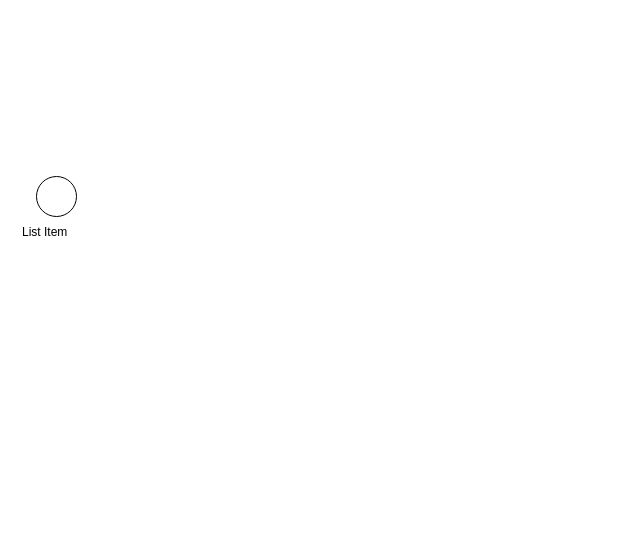
The draw.io diagram Untitled Diagram.drawio in spspider/TestRepository, before the edit. Source tidied: cells renumbered, new cells numbered last; positions are measured from the earlier drawing's top-left corner, leaving out a move shared by most shapes. Both pictures are drawn from the tidied source at 100%, with x=0, y=0 at pixel (16, 176).
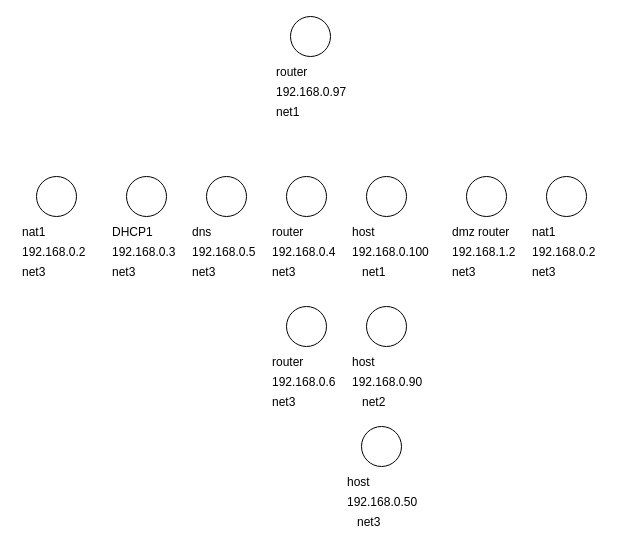
The same page after the edit.

Diff of the diagram source:
```diff
@@
-    <mxCell id="3" value="List Item" style="text;strokeColor=none;fillColor=none;align=left;verticalAlign=middle;spacingLeft=4;spacingRight=4;overflow=hidden;" parent="1" vertex="1">
+    <mxCell id="3" value="nat1" style="text;strokeColor=none;fillColor=none;align=left;verticalAlign=middle;spacingLeft=4;spacingRight=4;overflow=hidden;" parent="1" vertex="1">
       <mxGeometry y="40" width="80" height="30" as="geometry" />
     </mxCell>
+    <mxCell id="4" value="192.168.0.2" style="text;strokeColor=none;fillColor=none;align=left;verticalAlign=middle;spacingLeft=4;spacingRight=4;overflow=hidden;" parent="1" vertex="1">
+      <mxGeometry y="60" width="80" height="30" as="geometry" />
+    </mxCell>
+    <mxCell id="5" style="ellipse;whiteSpace=wrap;html=1;" parent="1" vertex="1">
+      <mxGeometry x="110" width="40" height="40" as="geometry" />
+    </mxCell>
+    <mxCell id="6" value="DHCP1" style="text;strokeColor=none;fillColor=none;align=left;verticalAlign=middle;spacingLeft=4;spacingRight=4;overflow=hidden;" parent="1" vertex="1">
+      <mxGeometry x="90" y="40" width="80" height="30" as="geometry" />
+    </mxCell>
+    <mxCell id="7" value="192.168.0.3" style="text;strokeColor=none;fillColor=none;align=left;verticalAlign=middle;spacingLeft=4;spacingRight=4;overflow=hidden;" parent="1" vertex="1">
+      <mxGeometry x="90" y="60" width="80" height="30" as="geometry" />
+    </mxCell>
+    <mxCell id="8" style="ellipse;whiteSpace=wrap;html=1;" parent="1" vertex="1">
+      <mxGeometry x="190" width="40" height="40" as="geometry" />
+    </mxCell>
+    <mxCell id="9" value="dns" style="text;strokeColor=none;fillColor=none;align=left;verticalAlign=middle;spacingLeft=4;spacingRight=4;overflow=hidden;" parent="1" vertex="1">
+      <mxGeometry x="170" y="40" width="80" height="30" as="geometry" />
+    </mxCell>
+    <mxCell id="10" value="192.168.0.5" style="text;strokeColor=none;fillColor=none;align=left;verticalAlign=middle;spacingLeft=4;spacingRight=4;overflow=hidden;" parent="1" vertex="1">
+      <mxGeometry x="170" y="60" width="80" height="30" as="geometry" />
+    </mxCell>
+    <mxCell id="11" style="ellipse;whiteSpace=wrap;html=1;" parent="1" vertex="1">
+      <mxGeometry x="270" width="40" height="40" as="geometry" />
+    </mxCell>
+    <mxCell id="12" value="router" style="text;strokeColor=none;fillColor=none;align=left;verticalAlign=middle;spacingLeft=4;spacingRight=4;overflow=hidden;" parent="1" vertex="1">
+      <mxGeometry x="250" y="40" width="80" height="30" as="geometry" />
+    </mxCell>
+    <mxCell id="13" value="192.168.0.4" style="text;strokeColor=none;fillColor=none;align=left;verticalAlign=middle;spacingLeft=4;spacingRight=4;overflow=hidden;" parent="1" vertex="1">
+      <mxGeometry x="250" y="60" width="80" height="30" as="geometry" />
+    </mxCell>
+    <mxCell id="14" style="ellipse;whiteSpace=wrap;html=1;" parent="1" vertex="1">
+      <mxGeometry x="350" width="40" height="40" as="geometry" />
+    </mxCell>
+    <mxCell id="15" value="host" style="text;strokeColor=none;fillColor=none;align=left;verticalAlign=middle;spacingLeft=4;spacingRight=4;overflow=hidden;" parent="1" vertex="1">
+      <mxGeometry x="330" y="40" width="80" height="30" as="geometry" />
+    </mxCell>
+    <mxCell id="16" value="192.168.0.100" style="text;strokeColor=none;fillColor=none;align=left;verticalAlign=middle;spacingLeft=4;spacingRight=4;overflow=hidden;" parent="1" vertex="1">
+      <mxGeometry x="330" y="60" width="90" height="30" as="geometry" />
+    </mxCell>
+    <mxCell id="17" style="ellipse;whiteSpace=wrap;html=1;" parent="1" vertex="1">
+      <mxGeometry x="450" width="40" height="40" as="geometry" />
+    </mxCell>
+    <mxCell id="18" value="dmz router" style="text;strokeColor=none;fillColor=none;align=left;verticalAlign=middle;spacingLeft=4;spacingRight=4;overflow=hidden;" parent="1" vertex="1">
+      <mxGeometry x="430" y="40" width="80" height="30" as="geometry" />
+    </mxCell>
+    <mxCell id="19" value="192.168.1.2" style="text;strokeColor=none;fillColor=none;align=left;verticalAlign=middle;spacingLeft=4;spacingRight=4;overflow=hidden;" parent="1" vertex="1">
+      <mxGeometry x="430" y="60" width="90" height="30" as="geometry" />
+    </mxCell>
+    <mxCell id="20" style="ellipse;whiteSpace=wrap;html=1;" parent="1" vertex="1">
+      <mxGeometry x="530" width="40" height="40" as="geometry" />
+    </mxCell>
+    <mxCell id="21" value="nat1" style="text;strokeColor=none;fillColor=none;align=left;verticalAlign=middle;spacingLeft=4;spacingRight=4;overflow=hidden;" parent="1" vertex="1">
+      <mxGeometry x="510" y="40" width="80" height="30" as="geometry" />
+    </mxCell>
+    <mxCell id="22" value="192.168.0.2" style="text;strokeColor=none;fillColor=none;align=left;verticalAlign=middle;spacingLeft=4;spacingRight=4;overflow=hidden;" parent="1" vertex="1">
+      <mxGeometry x="510" y="60" width="90" height="30" as="geometry" />
+    </mxCell>
+    <mxCell id="23" value="net3" style="text;strokeColor=none;fillColor=none;align=left;verticalAlign=middle;spacingLeft=4;spacingRight=4;overflow=hidden;" parent="1" vertex="1">
+      <mxGeometry y="80" width="80" height="30" as="geometry" />
+    </mxCell>
+    <mxCell id="24" value="net3" style="text;strokeColor=none;fillColor=none;align=left;verticalAlign=middle;spacingLeft=4;spacingRight=4;overflow=hidden;" parent="1" vertex="1">
+      <mxGeometry x="90" y="80" width="80" height="30" as="geometry" />
+    </mxCell>
+    <mxCell id="25" value="net3" style="text;strokeColor=none;fillColor=none;align=left;verticalAlign=middle;spacingLeft=4;spacingRight=4;overflow=hidden;" parent="1" vertex="1">
+      <mxGeometry x="170" y="80" width="80" height="30" as="geometry" />
+    </mxCell>
+    <mxCell id="26" value="net3" style="text;strokeColor=none;fillColor=none;align=left;verticalAlign=middle;spacingLeft=4;spacingRight=4;overflow=hidden;" parent="1" vertex="1">
+      <mxGeometry x="250" y="80" width="80" height="30" as="geometry" />
+    </mxCell>
+    <mxCell id="27" value="net1" style="text;strokeColor=none;fillColor=none;align=left;verticalAlign=middle;spacingLeft=4;spacingRight=4;overflow=hidden;" parent="1" vertex="1">
+      <mxGeometry x="340" y="80" width="80" height="30" as="geometry" />
+    </mxCell>
+    <mxCell id="28" value="net3" style="text;strokeColor=none;fillColor=none;align=left;verticalAlign=middle;spacingLeft=4;spacingRight=4;overflow=hidden;" parent="1" vertex="1">
+      <mxGeometry x="430" y="80" width="80" height="30" as="geometry" />
+    </mxCell>
+    <mxCell id="29" value="net3" style="text;strokeColor=none;fillColor=none;align=left;verticalAlign=middle;spacingLeft=4;spacingRight=4;overflow=hidden;" parent="1" vertex="1">
+      <mxGeometry x="510" y="80" width="80" height="30" as="geometry" />
+    </mxCell>
+    <mxCell id="30" style="ellipse;whiteSpace=wrap;html=1;" parent="1" vertex="1">
+      <mxGeometry x="270" y="130" width="40" height="40" as="geometry" />
+    </mxCell>
+    <mxCell id="31" value="router" style="text;strokeColor=none;fillColor=none;align=left;verticalAlign=middle;spacingLeft=4;spacingRight=4;overflow=hidden;" parent="1" vertex="1">
+      <mxGeometry x="250" y="170" width="80" height="30" as="geometry" />
+    </mxCell>
+    <mxCell id="32" value="192.168.0.6" style="text;strokeColor=none;fillColor=none;align=left;verticalAlign=middle;spacingLeft=4;spacingRight=4;overflow=hidden;" parent="1" vertex="1">
+      <mxGeometry x="250" y="190" width="80" height="30" as="geometry" />
+    </mxCell>
+    <mxCell id="33" value="net3" style="text;strokeColor=none;fillColor=none;align=left;verticalAlign=middle;spacingLeft=4;spacingRight=4;overflow=hidden;" parent="1" vertex="1">
+      <mxGeometry x="250" y="210" width="80" height="30" as="geometry" />
+    </mxCell>
+    <mxCell id="34" style="ellipse;whiteSpace=wrap;html=1;" parent="1" vertex="1">
+      <mxGeometry x="350" y="130" width="40" height="40" as="geometry" />
+    </mxCell>
+    <mxCell id="35" value="host" style="text;strokeColor=none;fillColor=none;align=left;verticalAlign=middle;spacingLeft=4;spacingRight=4;overflow=hidden;" parent="1" vertex="1">
+      <mxGeometry x="330" y="170" width="80" height="30" as="geometry" />
+    </mxCell>
+    <mxCell id="36" value="192.168.0.90" style="text;strokeColor=none;fillColor=none;align=left;verticalAlign=middle;spacingLeft=4;spacingRight=4;overflow=hidden;" parent="1" vertex="1">
+      <mxGeometry x="330" y="190" width="90" height="30" as="geometry" />
+    </mxCell>
+    <mxCell id="37" value="net2" style="text;strokeColor=none;fillColor=none;align=left;verticalAlign=middle;spacingLeft=4;spacingRight=4;overflow=hidden;" parent="1" vertex="1">
+      <mxGeometry x="340" y="210" width="80" height="30" as="geometry" />
+    </mxCell>
+    <mxCell id="38" style="ellipse;whiteSpace=wrap;html=1;" parent="1" vertex="1">
+      <mxGeometry x="345" y="250" width="40" height="40" as="geometry" />
+    </mxCell>
+    <mxCell id="39" value="host" style="text;strokeColor=none;fillColor=none;align=left;verticalAlign=middle;spacingLeft=4;spacingRight=4;overflow=hidden;" parent="1" vertex="1">
+      <mxGeometry x="325" y="290" width="80" height="30" as="geometry" />
+    </mxCell>
+    <mxCell id="40" value="192.168.0.50" style="text;strokeColor=none;fillColor=none;align=left;verticalAlign=middle;spacingLeft=4;spacingRight=4;overflow=hidden;" parent="1" vertex="1">
+      <mxGeometry x="325" y="310" width="90" height="30" as="geometry" />
+    </mxCell>
+    <mxCell id="41" value="net3" style="text;strokeColor=none;fillColor=none;align=left;verticalAlign=middle;spacingLeft=4;spacingRight=4;overflow=hidden;" parent="1" vertex="1">
+      <mxGeometry x="335" y="330" width="80" height="30" as="geometry" />
+    </mxCell>
+    <mxCell id="42" style="ellipse;whiteSpace=wrap;html=1;" parent="1" vertex="1">
+      <mxGeometry x="274" y="-160" width="40" height="40" as="geometry" />
+    </mxCell>
+    <mxCell id="43" value="192.168.0.97" style="text;strokeColor=none;fillColor=none;align=left;verticalAlign=middle;spacingLeft=4;spacingRight=4;overflow=hidden;" parent="1" vertex="1">
+      <mxGeometry x="254" y="-100" width="80" height="30" as="geometry" />
+    </mxCell>
+    <mxCell id="44" value="router" style="text;strokeColor=none;fillColor=none;align=left;verticalAlign=middle;spacingLeft=4;spacingRight=4;overflow=hidden;" parent="1" vertex="1">
+      <mxGeometry x="254" y="-120" width="80" height="30" as="geometry" />
+    </mxCell>
+    <mxCell id="45" value="net1" style="text;strokeColor=none;fillColor=none;align=left;verticalAlign=middle;spacingLeft=4;spacingRight=4;overflow=hidden;" parent="1" vertex="1">
+      <mxGeometry x="254" y="-80" width="80" height="30" as="geometry" />
+    </mxCell>
```
